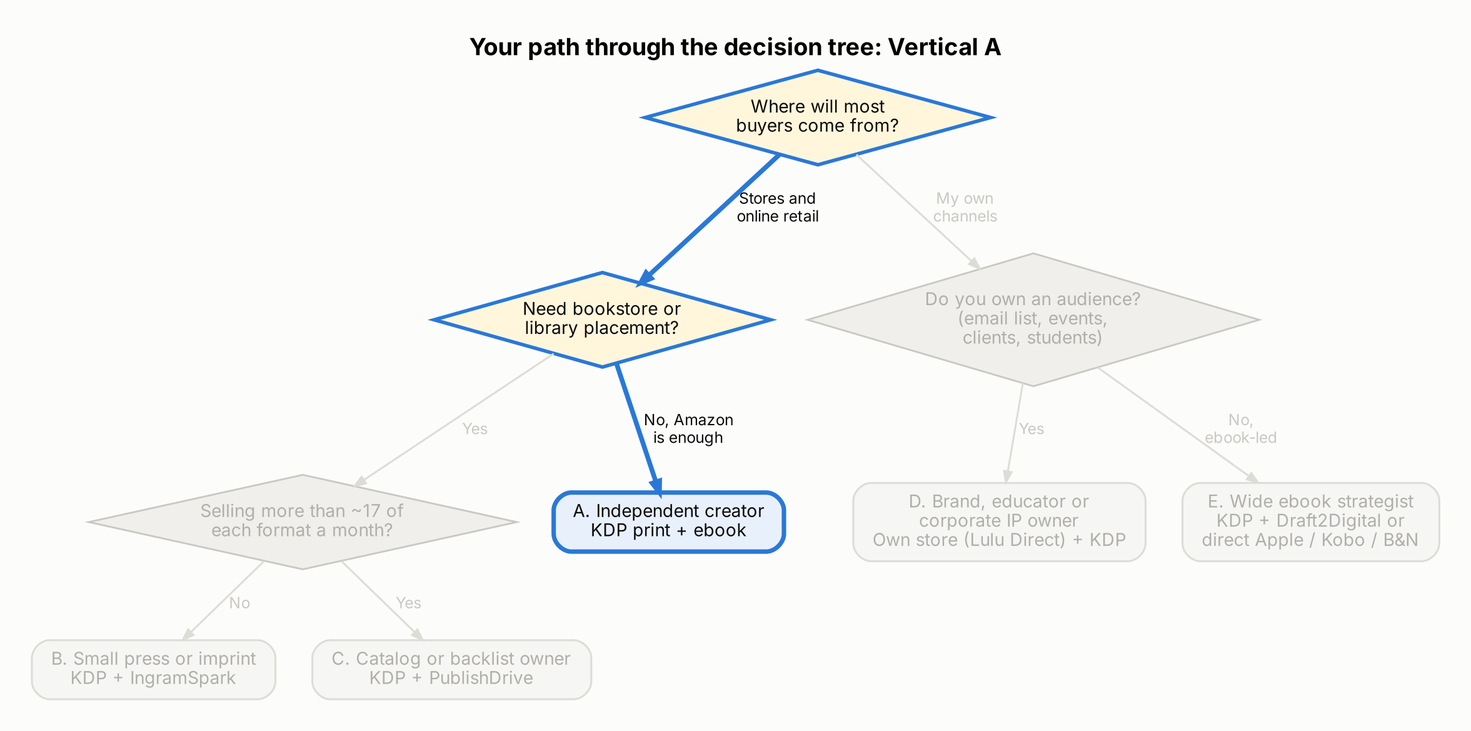
ShamarRobinson/ip-distribution-decision-verticals keeps this Graphviz diagram as diagrams/d2_path_A.png. Above is the earlier version. Its source is kept beside it as diagrams/d2_path_A.dot.
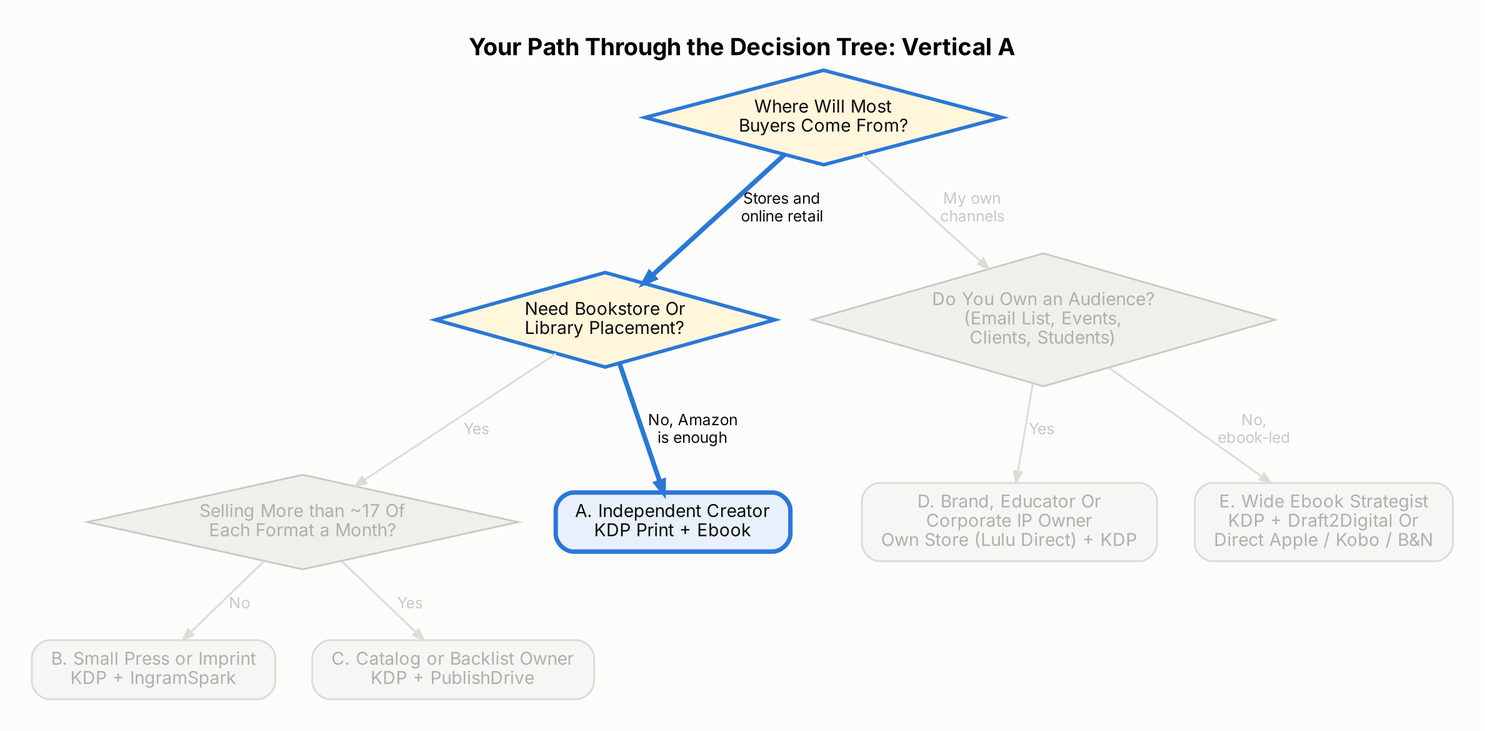
Later version of the same file.

Change to the diagram source:
```diff
@@ -1,27 +1,27 @@
 digraph G { rankdir=TB; bgcolor="#fcfcfb"; pad=0.3; nodesep=0.35; ranksep=0.5;
-labelloc=t; label=<<b>Your path through the decision tree: Vertical A</b>>; fontname="Inter"; fontsize=16;
+labelloc=t; label=<<b>Your Path Through the Decision Tree: Vertical A</b>>; fontname="Inter"; fontsize=16;
 node [fontname="Inter", fontsize=12, penwidth=1.3]; edge [fontname="Inter", fontsize=10.5, arrowsize=0.75];
-q1 [label="Where will most
-buyers come from?", shape=diamond, style=filled, fillcolor="#fff6dc", color="#2a78d6", fontcolor="#0b0b0b", margin="0.04,0.04", penwidth=2.4];
-q2 [label="Need bookstore or
-library placement?", shape=diamond, style=filled, fillcolor="#fff6dc", color="#2a78d6", fontcolor="#0b0b0b", margin="0.04,0.04", penwidth=2.4];
-q3 [label="Selling more than ~17 of
-each format a month?", shape=diamond, style=filled, fillcolor="#f0efec", color="#c9c8c2", fontcolor="#b0afa9", margin="0.04,0.04", penwidth=1.2];
-q4 [label="Do you own an audience?
-(email list, events,
-clients, students)", shape=diamond, style=filled, fillcolor="#f0efec", color="#c9c8c2", fontcolor="#b0afa9", margin="0.04,0.04", penwidth=1.2];
-A [label="A. Independent creator
-KDP print + ebook", shape=box, style="rounded,filled", fillcolor="#e8f0fb", color="#2a78d6", fontcolor="#0b0b0b", margin="0.18,0.1", penwidth=3];
-B [label="B. Small press or imprint
+q1 [label="Where Will Most
+Buyers Come From?", shape=diamond, style=filled, fillcolor="#fff6dc", color="#2a78d6", fontcolor="#0b0b0b", margin="0.04,0.04", penwidth=2.4];
+q2 [label="Need Bookstore Or
+Library Placement?", shape=diamond, style=filled, fillcolor="#fff6dc", color="#2a78d6", fontcolor="#0b0b0b", margin="0.04,0.04", penwidth=2.4];
+q3 [label="Selling More than ~17 Of
+Each Format a Month?", shape=diamond, style=filled, fillcolor="#f0efec", color="#c9c8c2", fontcolor="#b0afa9", margin="0.04,0.04", penwidth=1.2];
+q4 [label="Do You Own an Audience?
+(Email List, Events,
+Clients, Students)", shape=diamond, style=filled, fillcolor="#f0efec", color="#c9c8c2", fontcolor="#b0afa9", margin="0.04,0.04", penwidth=1.2];
+A [label="A. Independent Creator
+KDP Print + Ebook", shape=box, style="rounded,filled", fillcolor="#e8f0fb", color="#2a78d6", fontcolor="#0b0b0b", margin="0.18,0.1", penwidth=3];
+B [label="B. Small Press or Imprint
 KDP + IngramSpark", shape=box, style="rounded,filled", fillcolor="#f6f6f4", color="#dedcd6", fontcolor="#b0afa9", margin="0.18,0.1", penwidth=1.3];
-C [label="C. Catalog or backlist owner
+C [label="C. Catalog or Backlist Owner
 KDP + PublishDrive", shape=box, style="rounded,filled", fillcolor="#f6f6f4", color="#dedcd6", fontcolor="#b0afa9", margin="0.18,0.1", penwidth=1.3];
-D [label="D. Brand, educator or
-corporate IP owner
-Own store (Lulu Direct) + KDP", shape=box, style="rounded,filled", fillcolor="#f6f6f4", color="#dedcd6", fontcolor="#b0afa9", margin="0.18,0.1", penwidth=1.3];
-E [label="E. Wide ebook strategist
-KDP + Draft2Digital or
-direct Apple / Kobo / B&N", shape=box, style="rounded,filled", fillcolor="#f6f6f4", color="#dedcd6", fontcolor="#b0afa9", margin="0.18,0.1", penwidth=1.3];
+D [label="D. Brand, Educator Or
+Corporate IP Owner
+Own Store (Lulu Direct) + KDP", shape=box, style="rounded,filled", fillcolor="#f6f6f4", color="#dedcd6", fontcolor="#b0afa9", margin="0.18,0.1", penwidth=1.3];
+E [label="E. Wide Ebook Strategist
+KDP + Draft2Digital Or
+Direct Apple / Kobo / B&N", shape=box, style="rounded,filled", fillcolor="#f6f6f4", color="#dedcd6", fontcolor="#b0afa9", margin="0.18,0.1", penwidth=1.3];
 q1 -> q2 [label="Stores and
 online retail", color="#2a78d6", fontcolor="#0b0b0b", penwidth=3.2];
 q1 -> q4 [label="My own
```
